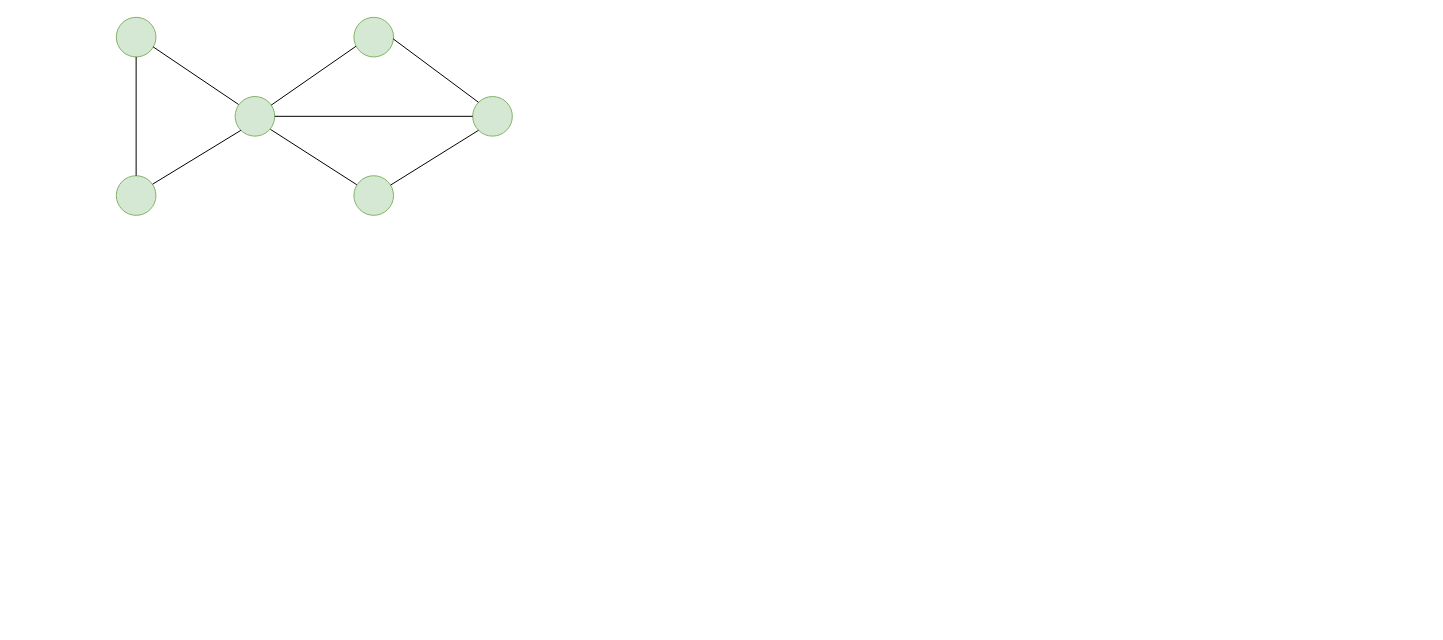
mahendra49/draw-io keeps this draw.io diagram as prims.drawio. Above is the earlier version. Source tidied: cells renumbered, new cells numbered last; positions are measured from the earlier drawing's top-left corner, leaving out a move shared by most shapes. Both pictures are drawn from the tidied source at 99%, with x=0, y=0 at pixel (116, 17).
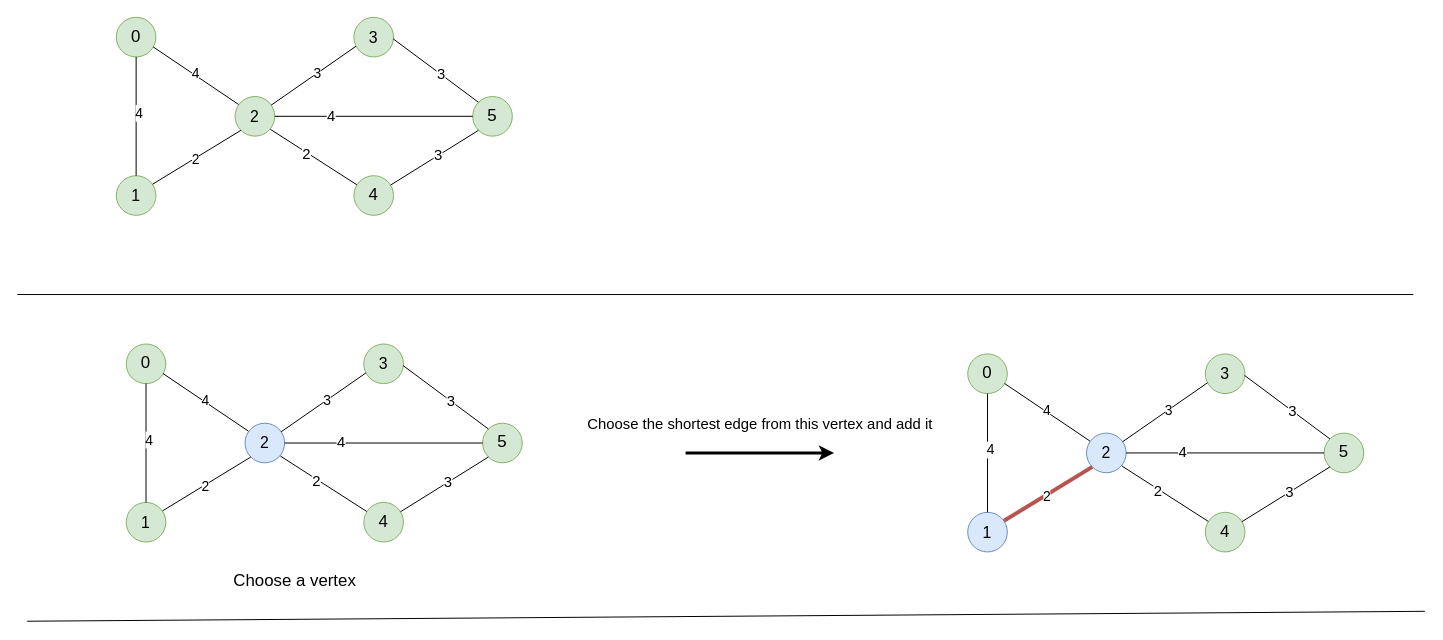
The same diagram, later.

Unchanged cells that the change refers to:
```xml
<mxCell id="8" style="endArrow=none;html=1;rounded=0;entryX=0.929;entryY=0.746;entryDx=0;entryDy=0;exitX=0.086;exitY=0.2;exitDx=0;exitDy=0;entryPerimeter=0;exitPerimeter=0;" parent="1" edge="1" source="4" target="2">
  <mxGeometry relative="1" as="geometry" />
</mxCell>
<mxCell id="9" style="endArrow=none;html=1;rounded=0;entryX=0.916;entryY=0.214;entryDx=0;entryDy=0;exitX=0;exitY=1;exitDx=0;exitDy=0;entryPerimeter=0;" parent="1" edge="1" source="4" target="3">
  <mxGeometry relative="1" as="geometry" />
</mxCell>
<mxCell id="10" style="endArrow=none;html=1;rounded=0;entryX=0.5;entryY=1;entryDx=0;entryDy=0;exitX=0.5;exitY=0;exitDx=0;exitDy=0;" parent="1" edge="1" source="3" target="2">
  <mxGeometry relative="1" as="geometry" />
</mxCell>
<mxCell id="11" style="endArrow=none;html=1;rounded=0;entryX=0;entryY=0.5;entryDx=0;entryDy=0;exitX=1;exitY=0.5;exitDx=0;exitDy=0;" parent="1" edge="1" source="4" target="6">
  <mxGeometry relative="1" as="geometry" />
</mxCell>
<mxCell id="12" style="endArrow=none;html=1;rounded=0;entryX=0.052;entryY=0.731;entryDx=0;entryDy=0;entryPerimeter=0;" parent="1" edge="1" source="4" target="5">
  <mxGeometry relative="1" as="geometry" />
</mxCell>
<mxCell id="13" style="endArrow=none;html=1;rounded=0;entryX=0.073;entryY=0.228;entryDx=0;entryDy=0;entryPerimeter=0;exitX=0.892;exitY=0.829;exitDx=0;exitDy=0;exitPerimeter=0;" parent="1" edge="1" source="4" target="7">
  <mxGeometry relative="1" as="geometry" />
</mxCell>
<mxCell id="14" style="endArrow=none;html=1;rounded=0;entryX=0;entryY=0;entryDx=0;entryDy=0;exitX=0.992;exitY=0.544;exitDx=0;exitDy=0;exitPerimeter=0;" parent="1" edge="1" source="5" target="6">
  <mxGeometry relative="1" as="geometry" />
</mxCell>
<mxCell id="15" style="endArrow=none;html=1;rounded=0;entryX=0;entryY=1;entryDx=0;entryDy=0;" parent="1" edge="1" source="7" target="6">
  <mxGeometry relative="1" as="geometry" />
</mxCell>
```

Change to the diagram source:
```diff
@@
-    <mxCell id="2" style="ellipse;whiteSpace=wrap;html=1;fillColor=#d5e8d4;strokeColor=#82b366;" parent="1" vertex="1">
+    <mxCell id="2" value="&lt;font style=&quot;font-size: 17px&quot;&gt;0&lt;/font&gt;" style="ellipse;whiteSpace=wrap;html=1;fillColor=#d5e8d4;strokeColor=#82b366;" parent="1" vertex="1">
       <mxGeometry width="40" height="40" as="geometry" />
     </mxCell>
-    <mxCell id="3" style="ellipse;whiteSpace=wrap;html=1;fillColor=#d5e8d4;strokeColor=#82b366;" parent="1" vertex="1">
+    <mxCell id="3" value="&lt;font style=&quot;font-size: 16px&quot;&gt;1&lt;/font&gt;" style="ellipse;whiteSpace=wrap;html=1;fillColor=#d5e8d4;strokeColor=#82b366;" parent="1" vertex="1">
       <mxGeometry y="160" width="40" height="40" as="geometry" />
     </mxCell>
-    <mxCell id="4" style="ellipse;whiteSpace=wrap;html=1;fillColor=#d5e8d4;strokeColor=#82b366;" parent="1" vertex="1">
+    <mxCell id="4" value="&lt;font style=&quot;font-size: 16px&quot;&gt;2&lt;/font&gt;" style="ellipse;whiteSpace=wrap;html=1;fillColor=#d5e8d4;strokeColor=#82b366;" parent="1" vertex="1">
       <mxGeometry x="120" y="80" width="40" height="40" as="geometry" />
     </mxCell>
-    <mxCell id="5" style="ellipse;whiteSpace=wrap;html=1;fillColor=#d5e8d4;strokeColor=#82b366;" parent="1" vertex="1">
+    <mxCell id="5" value="&lt;font style=&quot;font-size: 16px&quot;&gt;3&lt;/font&gt;" style="ellipse;whiteSpace=wrap;html=1;fillColor=#d5e8d4;strokeColor=#82b366;" parent="1" vertex="1">
       <mxGeometry x="240" width="40" height="40" as="geometry" />
     </mxCell>
-    <mxCell id="6" style="ellipse;whiteSpace=wrap;html=1;fillColor=#d5e8d4;strokeColor=#82b366;" parent="1" vertex="1">
+    <mxCell id="6" value="&lt;font style=&quot;font-size: 17px&quot;&gt;5&lt;/font&gt;" style="ellipse;whiteSpace=wrap;html=1;fillColor=#d5e8d4;strokeColor=#82b366;" parent="1" vertex="1">
       <mxGeometry x="360" y="80" width="40" height="40" as="geometry" />
     </mxCell>
-    <mxCell id="7" style="ellipse;whiteSpace=wrap;html=1;fillColor=#d5e8d4;strokeColor=#82b366;" parent="1" vertex="1">
+    <mxCell id="7" value="&lt;font style=&quot;font-size: 17px&quot;&gt;4&lt;/font&gt;" style="ellipse;whiteSpace=wrap;html=1;fillColor=#d5e8d4;strokeColor=#82b366;" parent="1" vertex="1">
       <mxGeometry x="240" y="160" width="40" height="40" as="geometry" />
     </mxCell>
@@
+    <mxCell id="16" value="&lt;font style=&quot;font-size: 14px&quot;&gt;4&lt;/font&gt;" style="edgeLabel;html=1;align=center;verticalAlign=middle;" parent="8" vertex="1">
+      <mxGeometry x="0.03" y="-1" relative="1" as="geometry" />
+    </mxCell>
@@
+    <mxCell id="17" value="&lt;font style=&quot;font-size: 14px&quot;&gt;2&lt;/font&gt;" style="edgeLabel;html=1;align=center;verticalAlign=middle;" parent="9" vertex="1">
+      <mxGeometry x="0.05" y="1" relative="1" as="geometry" />
+    </mxCell>
@@
+    <mxCell id="18" value="&lt;font style=&quot;font-size: 14px&quot;&gt;4&lt;/font&gt;" style="edgeLabel;html=1;align=center;verticalAlign=middle;" parent="10" vertex="1">
+      <mxGeometry x="0.07" y="-1" relative="1" as="geometry">
+        <mxPoint x="1" as="offset" />
+      </mxGeometry>
+    </mxCell>
@@
+    <mxCell id="19" value="&lt;font style=&quot;font-size: 15px&quot;&gt;4&lt;/font&gt;" style="edgeLabel;html=1;align=center;verticalAlign=middle;" parent="11" vertex="1">
+      <mxGeometry x="-0.44" y="2" relative="1" as="geometry" />
+    </mxCell>
@@
+    <mxCell id="20" value="&lt;font style=&quot;font-size: 14px&quot;&gt;3&lt;/font&gt;" style="edgeLabel;html=1;align=center;verticalAlign=middle;" parent="12" vertex="1">
+      <mxGeometry x="0.08" relative="1" as="geometry" />
+    </mxCell>
@@
+    <mxCell id="21" value="&lt;font style=&quot;font-size: 15px&quot;&gt;2&lt;/font&gt;" style="edgeLabel;html=1;align=center;verticalAlign=middle;" parent="13" vertex="1">
+      <mxGeometry x="-0.17" y="-1" relative="1" as="geometry" />
+    </mxCell>
@@
+    <mxCell id="22" value="&lt;font style=&quot;font-size: 15px&quot;&gt;3&lt;/font&gt;" style="edgeLabel;html=1;align=center;verticalAlign=middle;" parent="14" vertex="1">
+      <mxGeometry x="0.09" y="1" relative="1" as="geometry" />
+    </mxCell>
@@
+    <mxCell id="23" value="&lt;font style=&quot;font-size: 15px&quot;&gt;3&lt;/font&gt;" style="edgeLabel;html=1;align=center;verticalAlign=middle;" parent="15" vertex="1">
+      <mxGeometry x="0.09" y="1" relative="1" as="geometry" />
+    </mxCell>
+    <mxCell id="24" style="endArrow=none;html=1;rounded=0;fontSize=17;" parent="1" edge="1">
+      <mxGeometry relative="1" as="geometry">
+        <mxPoint x="-100" y="280" as="sourcePoint" />
+        <mxPoint x="1310" y="280" as="targetPoint" />
+      </mxGeometry>
+    </mxCell>
+    <mxCell id="25" value="&lt;font style=&quot;font-size: 17px&quot;&gt;0&lt;/font&gt;" style="ellipse;whiteSpace=wrap;html=1;fillColor=#d5e8d4;strokeColor=#82b366;" parent="1" vertex="1">
+      <mxGeometry x="10" y="330" width="40" height="40" as="geometry" />
+    </mxCell>
+    <mxCell id="26" value="&lt;font style=&quot;font-size: 16px&quot;&gt;1&lt;/font&gt;" style="ellipse;whiteSpace=wrap;html=1;fillColor=#d5e8d4;strokeColor=#82b366;" parent="1" vertex="1">
+      <mxGeometry x="10" y="490" width="40" height="40" as="geometry" />
+    </mxCell>
+    <mxCell id="27" value="&lt;font style=&quot;font-size: 16px&quot;&gt;2&lt;/font&gt;" style="ellipse;whiteSpace=wrap;html=1;fillColor=#dae8fc;strokeColor=#6c8ebf;" parent="1" vertex="1">
+      <mxGeometry x="130" y="410" width="40" height="40" as="geometry" />
+    </mxCell>
+    <mxCell id="28" value="&lt;font style=&quot;font-size: 16px&quot;&gt;3&lt;/font&gt;" style="ellipse;whiteSpace=wrap;html=1;fillColor=#d5e8d4;strokeColor=#82b366;" parent="1" vertex="1">
+      <mxGeometry x="250" y="330" width="40" height="40" as="geometry" />
+    </mxCell>
+    <mxCell id="29" value="&lt;font style=&quot;font-size: 17px&quot;&gt;5&lt;/font&gt;" style="ellipse;whiteSpace=wrap;html=1;fillColor=#d5e8d4;strokeColor=#82b366;" parent="1" vertex="1">
+      <mxGeometry x="370" y="410" width="40" height="40" as="geometry" />
+    </mxCell>
+    <mxCell id="30" value="&lt;font style=&quot;font-size: 17px&quot;&gt;4&lt;/font&gt;" style="ellipse;whiteSpace=wrap;html=1;fillColor=#d5e8d4;strokeColor=#82b366;" parent="1" vertex="1">
+      <mxGeometry x="250" y="490" width="40" height="40" as="geometry" />
+    </mxCell>
+    <mxCell id="31" style="endArrow=none;html=1;rounded=0;entryX=0.929;entryY=0.746;entryDx=0;entryDy=0;exitX=0.086;exitY=0.2;exitDx=0;exitDy=0;entryPerimeter=0;exitPerimeter=0;" parent="1" edge="1" source="27" target="25">
+      <mxGeometry relative="1" as="geometry" />
+    </mxCell>
+    <mxCell id="32" value="&lt;font style=&quot;font-size: 14px&quot;&gt;4&lt;/font&gt;" style="edgeLabel;html=1;align=center;verticalAlign=middle;" parent="31" vertex="1">
+      <mxGeometry x="0.03" y="-1" relative="1" as="geometry" />
+    </mxCell>
+    <mxCell id="33" style="endArrow=none;html=1;rounded=0;entryX=0.916;entryY=0.214;entryDx=0;entryDy=0;exitX=0;exitY=1;exitDx=0;exitDy=0;entryPerimeter=0;" parent="1" edge="1" source="27" target="26">
+      <mxGeometry relative="1" as="geometry" />
+    </mxCell>
+    <mxCell id="34" value="&lt;font style=&quot;font-size: 14px&quot;&gt;2&lt;/font&gt;" style="edgeLabel;html=1;align=center;verticalAlign=middle;" parent="33" vertex="1">
+      <mxGeometry x="0.05" y="1" relative="1" as="geometry" />
+    </mxCell>
+    <mxCell id="35" style="endArrow=none;html=1;rounded=0;entryX=0.5;entryY=1;entryDx=0;entryDy=0;exitX=0.5;exitY=0;exitDx=0;exitDy=0;" parent="1" edge="1" source="26" target="25">
+      <mxGeometry relative="1" as="geometry" />
+    </mxCell>
+    <mxCell id="36" value="&lt;font style=&quot;font-size: 14px&quot;&gt;4&lt;/font&gt;" style="edgeLabel;html=1;align=center;verticalAlign=middle;" parent="35" vertex="1">
+      <mxGeometry x="0.07" y="-1" relative="1" as="geometry">
+        <mxPoint x="1" as="offset" />
+      </mxGeometry>
+    </mxCell>
+    <mxCell id="37" style="endArrow=none;html=1;rounded=0;entryX=0;entryY=0.5;entryDx=0;entryDy=0;exitX=1;exitY=0.5;exitDx=0;exitDy=0;" parent="1" edge="1" source="27" target="29">
+      <mxGeometry relative="1" as="geometry" />
+    </mxCell>
+    <mxCell id="38" value="&lt;font style=&quot;font-size: 15px&quot;&gt;4&lt;/font&gt;" style="edgeLabel;html=1;align=center;verticalAlign=middle;" parent="37" vertex="1">
+      <mxGeometry x="-0.44" y="2" relative="1" as="geometry" />
+    </mxCell>
+    <mxCell id="39" style="endArrow=none;html=1;rounded=0;entryX=0.052;entryY=0.731;entryDx=0;entryDy=0;entryPerimeter=0;" parent="1" edge="1" source="27" target="28">
+      <mxGeometry relative="1" as="geometry" />
+    </mxCell>
+    <mxCell id="40" value="&lt;font style=&quot;font-size: 14px&quot;&gt;3&lt;/font&gt;" style="edgeLabel;html=1;align=center;verticalAlign=middle;" parent="39" vertex="1">
+      <mxGeometry x="0.08" relative="1" as="geometry" />
+    </mxCell>
+    <mxCell id="41" style="endArrow=none;html=1;rounded=0;entryX=0.073;entryY=0.228;entryDx=0;entryDy=0;entryPerimeter=0;exitX=0.892;exitY=0.829;exitDx=0;exitDy=0;exitPerimeter=0;" parent="1" edge="1" source="27" target="30">
+      <mxGeometry relative="1" as="geometry" />
+    </mxCell>
+    <mxCell id="42" value="&lt;font style=&quot;font-size: 15px&quot;&gt;2&lt;/font&gt;" style="edgeLabel;html=1;align=center;verticalAlign=middle;" parent="41" vertex="1">
+      <mxGeometry x="-0.17" y="-1" relative="1" as="geometry" />
+    </mxCell>
+    <mxCell id="43" style="endArrow=none;html=1;rounded=0;entryX=0;entryY=0;entryDx=0;entryDy=0;exitX=0.992;exitY=0.544;exitDx=0;exitDy=0;exitPerimeter=0;" parent="1" edge="1" source="28" target="29">
+      <mxGeometry relative="1" as="geometry" />
+    </mxCell>
+    <mxCell id="44" value="&lt;font style=&quot;font-size: 15px&quot;&gt;3&lt;/font&gt;" style="edgeLabel;html=1;align=center;verticalAlign=middle;" parent="43" vertex="1">
+      <mxGeometry x="0.09" y="1" relative="1" as="geometry" />
+    </mxCell>
+    <mxCell id="45" style="endArrow=none;html=1;rounded=0;entryX=0;entryY=1;entryDx=0;entryDy=0;" parent="1" edge="1" source="30" target="29">
+      <mxGeometry relative="1" as="geometry" />
+    </mxCell>
+    <mxCell id="46" value="&lt;font style=&quot;font-size: 15px&quot;&gt;3&lt;/font&gt;" style="edgeLabel;html=1;align=center;verticalAlign=middle;" parent="45" vertex="1">
+      <mxGeometry x="0.09" y="1" relative="1" as="geometry" />
+    </mxCell>
+    <mxCell id="47" value="&lt;font style=&quot;font-size: 17px&quot;&gt;Choose a vertex&lt;/font&gt;" style="text;html=1;align=center;verticalAlign=middle;strokeColor=none;fillColor=none;" parent="1" vertex="1">
+      <mxGeometry x="110" y="560" width="140" height="20" as="geometry" />
+    </mxCell>
+    <mxCell id="48" style="endArrow=none;html=1;rounded=0;fontSize=17;" parent="1" edge="1">
+      <mxGeometry relative="1" as="geometry">
+        <mxPoint x="-90" y="610" as="sourcePoint" />
+        <mxPoint x="1321.8" y="600" as="targetPoint" />
+      </mxGeometry>
+    </mxCell>
+    <mxCell id="49" style="endArrow=classic;html=1;rounded=0;fontSize=15;strokeWidth=3;" parent="1" edge="1">
+      <mxGeometry relative="1" as="geometry">
+        <mxPoint x="575" y="440" as="sourcePoint" />
+        <mxPoint x="725" y="440" as="targetPoint" />
+      </mxGeometry>
+    </mxCell>
+    <mxCell id="50" value="Choose the shortest edge from this vertex and add it" style="text;html=1;align=center;verticalAlign=middle;strokeColor=none;fillColor=none;fontSize=15;" parent="1" vertex="1">
+      <mxGeometry x="470" y="400" width="360" height="20" as="geometry" />
+    </mxCell>
+    <mxCell id="51" value="&lt;font style=&quot;font-size: 17px&quot;&gt;0&lt;/font&gt;" style="ellipse;whiteSpace=wrap;html=1;fillColor=#d5e8d4;strokeColor=#82b366;" parent="1" vertex="1">
+      <mxGeometry x="860" y="340" width="40" height="40" as="geometry" />
+    </mxCell>
+    <mxCell id="52" value="&lt;font style=&quot;font-size: 16px&quot;&gt;1&lt;/font&gt;" style="ellipse;whiteSpace=wrap;html=1;fillColor=#dae8fc;strokeColor=#6c8ebf;" parent="1" vertex="1">
+      <mxGeometry x="860" y="500" width="40" height="40" as="geometry" />
+    </mxCell>
+    <mxCell id="53" value="&lt;font style=&quot;font-size: 16px&quot;&gt;2&lt;/font&gt;" style="ellipse;whiteSpace=wrap;html=1;fillColor=#dae8fc;strokeColor=#6c8ebf;" parent="1" vertex="1">
+      <mxGeometry x="980" y="420" width="40" height="40" as="geometry" />
+    </mxCell>
+    <mxCell id="54" value="&lt;font style=&quot;font-size: 16px&quot;&gt;3&lt;/font&gt;" style="ellipse;whiteSpace=wrap;html=1;fillColor=#d5e8d4;strokeColor=#82b366;" parent="1" vertex="1">
+      <mxGeometry x="1100" y="340" width="40" height="40" as="geometry" />
+    </mxCell>
+    <mxCell id="55" value="&lt;font style=&quot;font-size: 17px&quot;&gt;5&lt;/font&gt;" style="ellipse;whiteSpace=wrap;html=1;fillColor=#d5e8d4;strokeColor=#82b366;" parent="1" vertex="1">
+      <mxGeometry x="1220" y="420" width="40" height="40" as="geometry" />
+    </mxCell>
+    <mxCell id="56" value="&lt;font style=&quot;font-size: 17px&quot;&gt;4&lt;/font&gt;" style="ellipse;whiteSpace=wrap;html=1;fillColor=#d5e8d4;strokeColor=#82b366;" parent="1" vertex="1">
+      <mxGeometry x="1100" y="500" width="40" height="40" as="geometry" />
+    </mxCell>
+    <mxCell id="57" style="endArrow=none;html=1;rounded=0;entryX=0.929;entryY=0.746;entryDx=0;entryDy=0;exitX=0.086;exitY=0.2;exitDx=0;exitDy=0;entryPerimeter=0;exitPerimeter=0;" parent="1" edge="1" source="53" target="51">
+      <mxGeometry relative="1" as="geometry" />
+    </mxCell>
+    <mxCell id="58" value="&lt;font style=&quot;font-size: 14px&quot;&gt;4&lt;/font&gt;" style="edgeLabel;html=1;align=center;verticalAlign=middle;" parent="57" vertex="1">
+      <mxGeometry x="0.03" y="-1" relative="1" as="geometry" />
+    </mxCell>
+    <mxCell id="59" style="endArrow=none;html=1;rounded=0;entryX=0.916;entryY=0.214;entryDx=0;entryDy=0;exitX=0;exitY=1;exitDx=0;exitDy=0;entryPerimeter=0;fillColor=#f8cecc;strokeColor=#b85450;strokeWidth=4;" parent="1" edge="1" source="53" target="52">
+      <mxGeometry relative="1" as="geometry" />
+    </mxCell>
+    <mxCell id="60" value="&lt;font style=&quot;font-size: 14px&quot;&gt;2&lt;/font&gt;" style="edgeLabel;html=1;align=center;verticalAlign=middle;" parent="59" vertex="1">
+      <mxGeometry x="0.05" y="1" relative="1" as="geometry" />
+    </mxCell>
+    <mxCell id="61" style="endArrow=none;html=1;rounded=0;entryX=0.5;entryY=1;entryDx=0;entryDy=0;exitX=0.5;exitY=0;exitDx=0;exitDy=0;" parent="1" edge="1" source="52" target="51">
+      <mxGeometry relative="1" as="geometry" />
+    </mxCell>
+    <mxCell id="62" value="&lt;font style=&quot;font-size: 14px&quot;&gt;4&lt;/font&gt;" style="edgeLabel;html=1;align=center;verticalAlign=middle;" parent="61" vertex="1">
+      <mxGeometry x="0.07" y="-1" relative="1" as="geometry">
+        <mxPoint x="1" as="offset" />
+      </mxGeometry>
+    </mxCell>
+    <mxCell id="63" style="endArrow=none;html=1;rounded=0;entryX=0;entryY=0.5;entryDx=0;entryDy=0;exitX=1;exitY=0.5;exitDx=0;exitDy=0;" parent="1" edge="1" source="53" target="55">
+      <mxGeometry relative="1" as="geometry" />
+    </mxCell>
+    <mxCell id="64" value="&lt;font style=&quot;font-size: 15px&quot;&gt;4&lt;/font&gt;" style="edgeLabel;html=1;align=center;verticalAlign=middle;" parent="63" vertex="1">
+      <mxGeometry x="-0.44" y="2" relative="1" as="geometry" />
+    </mxCell>
+    <mxCell id="65" style="endArrow=none;html=1;rounded=0;entryX=0.052;entryY=0.731;entryDx=0;entryDy=0;entryPerimeter=0;" parent="1" edge="1" source="53" target="54">
+      <mxGeometry relative="1" as="geometry" />
+    </mxCell>
+    <mxCell id="66" value="&lt;font style=&quot;font-size: 14px&quot;&gt;3&lt;/font&gt;" style="edgeLabel;html=1;align=center;verticalAlign=middle;" parent="65" vertex="1">
+      <mxGeometry x="0.08" relative="1" as="geometry" />
+    </mxCell>
+    <mxCell id="67" style="endArrow=none;html=1;rounded=0;entryX=0.073;entryY=0.228;entryDx=0;entryDy=0;entryPerimeter=0;exitX=0.892;exitY=0.829;exitDx=0;exitDy=0;exitPerimeter=0;" parent="1" edge="1" source="53" target="56">
+      <mxGeometry relative="1" as="geometry" />
+    </mxCell>
+    <mxCell id="68" value="&lt;font style=&quot;font-size: 15px&quot;&gt;2&lt;/font&gt;" style="edgeLabel;html=1;align=center;verticalAlign=middle;" parent="67" vertex="1">
+      <mxGeometry x="-0.17" y="-1" relative="1" as="geometry" />
+    </mxCell>
+    <mxCell id="69" style="endArrow=none;html=1;rounded=0;entryX=0;entryY=0;entryDx=0;entryDy=0;exitX=0.992;exitY=0.544;exitDx=0;exitDy=0;exitPerimeter=0;" parent="1" edge="1" source="54" target="55">
+      <mxGeometry relative="1" as="geometry" />
+    </mxCell>
+    <mxCell id="70" value="&lt;font style=&quot;font-size: 15px&quot;&gt;3&lt;/font&gt;" style="edgeLabel;html=1;align=center;verticalAlign=middle;" parent="69" vertex="1">
+      <mxGeometry x="0.09" y="1" relative="1" as="geometry" />
+    </mxCell>
+    <mxCell id="71" style="endArrow=none;html=1;rounded=0;entryX=0;entryY=1;entryDx=0;entryDy=0;" parent="1" edge="1" source="56" target="55">
+      <mxGeometry relative="1" as="geometry" />
+    </mxCell>
+    <mxCell id="72" value="&lt;font style=&quot;font-size: 15px&quot;&gt;3&lt;/font&gt;" style="edgeLabel;html=1;align=center;verticalAlign=middle;" parent="71" vertex="1">
+      <mxGeometry x="0.09" y="1" relative="1" as="geometry" />
+    </mxCell>
```
